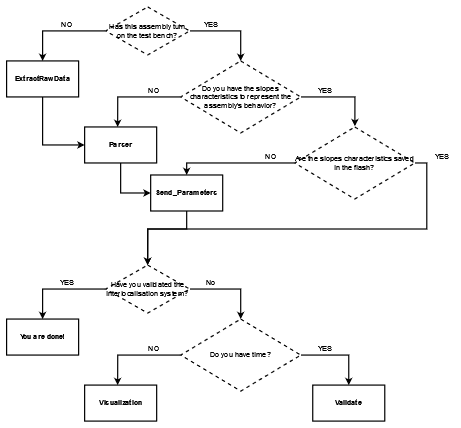
Above: img/calibration_flow.png in SwarmUS/TestBench-Python (draw.io), before the change. Source tidied: cells renumbered, new cells last; positions are measured from the earlier drawing's top-left corner, leaving out a move shared by most shapes. The source it was exported from:
```xml
<mxGraphModel>
  <root>
    <mxCell id="0" />
    <mxCell id="1" parent="0" />
    <mxCell id="2" style="edgeStyle=orthogonalEdgeStyle;rounded=0;jettySize=auto;html=1;entryX=0.5;entryY=0;entryDx=0;entryDy=0;strokeWidth=2;" parent="1" edge="1" source="4" target="6">
      <mxGeometry relative="1" as="geometry" />
    </mxCell>
    <mxCell id="3" style="edgeStyle=orthogonalEdgeStyle;rounded=0;jettySize=auto;html=1;exitX=1;exitY=0.5;exitDx=0;exitDy=0;strokeWidth=2;" parent="1" edge="1" source="4">
      <mxGeometry relative="1" as="geometry">
        <mxPoint x="390" y="90" as="targetPoint" />
      </mxGeometry>
    </mxCell>
    <mxCell id="4" value="Has this assembly turn on the test bench?" style="rhombus;whiteSpace=wrap;html=1;dashed=1;strokeWidth=2;" parent="1" vertex="1">
      <mxGeometry x="165" width="140" height="80" as="geometry" />
    </mxCell>
    <mxCell id="5" style="edgeStyle=orthogonalEdgeStyle;rounded=0;jettySize=auto;html=1;exitX=0.5;exitY=1;exitDx=0;exitDy=0;entryX=0;entryY=0.5;entryDx=0;entryDy=0;strokeWidth=2;" parent="1" edge="1" source="6" target="15">
      <mxGeometry relative="1" as="geometry" />
    </mxCell>
    <mxCell id="6" value="ExtractRawData" style="rounded=0;whiteSpace=wrap;html=1;strokeWidth=2;fontStyle=1;" parent="1" vertex="1">
      <mxGeometry y="90" width="120" height="60" as="geometry" />
    </mxCell>
    <mxCell id="7" value="NO" style="text;html=1;align=center;verticalAlign=middle;strokeColor=none;fillColor=none;" parent="1" vertex="1">
      <mxGeometry x="85" y="20" width="30" height="20" as="geometry" />
    </mxCell>
    <mxCell id="8" value="YES" style="text;html=1;align=center;verticalAlign=middle;strokeColor=none;fillColor=none;" parent="1" vertex="1">
      <mxGeometry x="320" y="20" width="40" height="20" as="geometry" />
    </mxCell>
    <mxCell id="9" style="edgeStyle=orthogonalEdgeStyle;rounded=0;jettySize=auto;html=1;exitX=1;exitY=0.5;exitDx=0;exitDy=0;entryX=0.501;entryY=-0.011;entryDx=0;entryDy=0;entryPerimeter=0;strokeWidth=2;" parent="1" edge="1" source="10" target="18">
      <mxGeometry relative="1" as="geometry" />
    </mxCell>
    <mxCell id="10" value="Do you have the slopes characteristics to represent the assembly's behavior?" style="rhombus;whiteSpace=wrap;html=1;dashed=1;strokeWidth=2;" parent="1" vertex="1">
      <mxGeometry x="290" y="90" width="200" height="120" as="geometry" />
    </mxCell>
    <mxCell id="11" style="edgeStyle=orthogonalEdgeStyle;rounded=0;orthogonalLoop=1;jettySize=auto;html=1;entryX=0.5;entryY=0;entryDx=0;entryDy=0;strokeWidth=2;" parent="1" edge="1">
      <mxGeometry relative="1" as="geometry">
        <mxPoint x="290" y="150" as="sourcePoint" />
        <mxPoint x="185" y="200" as="targetPoint" />
      </mxGeometry>
    </mxCell>
    <mxCell id="12" value="NO" style="text;html=1;align=center;verticalAlign=middle;strokeColor=none;fillColor=none;" parent="1" vertex="1">
      <mxGeometry x="230" y="130" width="30" height="20" as="geometry" />
    </mxCell>
    <mxCell id="13" value="YES" style="text;html=1;align=center;verticalAlign=middle;strokeColor=none;fillColor=none;" parent="1" vertex="1">
      <mxGeometry x="510" y="130" width="40" height="20" as="geometry" />
    </mxCell>
    <mxCell id="14" style="edgeStyle=orthogonalEdgeStyle;rounded=0;jettySize=auto;html=1;exitX=0.5;exitY=1;exitDx=0;exitDy=0;entryX=0;entryY=0.5;entryDx=0;entryDy=0;strokeWidth=2;" parent="1" edge="1" source="15" target="22">
      <mxGeometry relative="1" as="geometry" />
    </mxCell>
    <mxCell id="15" value="Parser" style="rounded=0;whiteSpace=wrap;html=1;strokeWidth=2;fontStyle=1;" parent="1" vertex="1">
      <mxGeometry x="130" y="200" width="120" height="60" as="geometry" />
    </mxCell>
    <mxCell id="16" style="edgeStyle=orthogonalEdgeStyle;rounded=0;jettySize=auto;html=1;exitX=1;exitY=0.5;exitDx=0;exitDy=0;strokeWidth=2;entryX=0.5;entryY=0;entryDx=0;entryDy=0;" parent="1" edge="1" source="18" target="25">
      <mxGeometry relative="1" as="geometry">
        <Array as="points">
          <mxPoint x="700" y="260" />
          <mxPoint x="700" y="370" />
          <mxPoint x="235" y="370" />
        </Array>
      </mxGeometry>
    </mxCell>
    <mxCell id="17" style="edgeStyle=orthogonalEdgeStyle;rounded=0;jettySize=auto;html=1;exitX=0;exitY=0.5;exitDx=0;exitDy=0;entryX=0.5;entryY=0;entryDx=0;entryDy=0;strokeWidth=2;" parent="1" edge="1" source="18" target="22">
      <mxGeometry relative="1" as="geometry" />
    </mxCell>
    <mxCell id="18" value="Are the slopes characteristics saved in the flash?" style="rhombus;whiteSpace=wrap;html=1;dashed=1;strokeWidth=2;" parent="1" vertex="1">
      <mxGeometry x="480" y="200" width="200" height="120" as="geometry" />
    </mxCell>
    <mxCell id="19" value="NO" style="text;html=1;align=center;verticalAlign=middle;strokeColor=none;fillColor=none;" parent="1" vertex="1">
      <mxGeometry x="425" y="240" width="30" height="20" as="geometry" />
    </mxCell>
    <mxCell id="20" value="YES" style="text;html=1;align=center;verticalAlign=middle;strokeColor=none;fillColor=none;" parent="1" vertex="1">
      <mxGeometry x="705" y="240" width="40" height="20" as="geometry" />
    </mxCell>
    <mxCell id="21" style="edgeStyle=orthogonalEdgeStyle;rounded=0;jettySize=auto;html=1;exitX=0.5;exitY=1;exitDx=0;exitDy=0;strokeWidth=2;entryX=0.5;entryY=0;entryDx=0;entryDy=0;" parent="1" edge="1" source="22" target="25">
      <mxGeometry relative="1" as="geometry">
        <Array as="points">
          <mxPoint x="300" y="370" />
          <mxPoint x="235" y="370" />
        </Array>
      </mxGeometry>
    </mxCell>
    <mxCell id="22" value="Send_Parameters" style="rounded=0;whiteSpace=wrap;html=1;strokeWidth=2;fontStyle=1;" parent="1" vertex="1">
      <mxGeometry x="240" y="280" width="120" height="60" as="geometry" />
    </mxCell>
    <mxCell id="23" style="edgeStyle=orthogonalEdgeStyle;rounded=0;jettySize=auto;html=1;entryX=0.5;entryY=0;entryDx=0;entryDy=0;strokeWidth=2;" parent="1" edge="1" source="25" target="26">
      <mxGeometry relative="1" as="geometry" />
    </mxCell>
    <mxCell id="24" style="edgeStyle=orthogonalEdgeStyle;rounded=0;jettySize=auto;html=1;exitX=1;exitY=0.5;exitDx=0;exitDy=0;strokeWidth=2;" parent="1" edge="1" source="25">
      <mxGeometry relative="1" as="geometry">
        <mxPoint x="390" y="520" as="targetPoint" />
      </mxGeometry>
    </mxCell>
    <mxCell id="25" value="Have you validated the interlocalisation system?" style="rhombus;whiteSpace=wrap;html=1;dashed=1;strokeWidth=2;" parent="1" vertex="1">
      <mxGeometry x="165" y="430" width="140" height="80" as="geometry" />
    </mxCell>
    <mxCell id="26" value="You are done!" style="rounded=0;whiteSpace=wrap;html=1;strokeWidth=2;fontStyle=1;" parent="1" vertex="1">
      <mxGeometry y="520" width="120" height="60" as="geometry" />
    </mxCell>
    <mxCell id="27" value="YES" style="text;html=1;align=center;verticalAlign=middle;strokeColor=none;fillColor=none;" parent="1" vertex="1">
      <mxGeometry x="80" y="450" width="40" height="20" as="geometry" />
    </mxCell>
    <mxCell id="28" value="No" style="text;html=1;align=center;verticalAlign=middle;strokeColor=none;fillColor=none;" parent="1" vertex="1">
      <mxGeometry x="325" y="450" width="30" height="20" as="geometry" />
    </mxCell>
    <mxCell id="29" style="edgeStyle=orthogonalEdgeStyle;rounded=0;jettySize=auto;html=1;exitX=1;exitY=0.5;exitDx=0;exitDy=0;entryX=0.5;entryY=0;entryDx=0;entryDy=0;strokeWidth=2;" parent="1" edge="1" source="30" target="35">
      <mxGeometry relative="1" as="geometry" />
    </mxCell>
    <mxCell id="30" value="Do you have time?" style="rhombus;whiteSpace=wrap;html=1;dashed=1;strokeWidth=2;" parent="1" vertex="1">
      <mxGeometry x="290" y="520" width="200" height="120" as="geometry" />
    </mxCell>
    <mxCell id="31" style="edgeStyle=orthogonalEdgeStyle;rounded=0;orthogonalLoop=1;jettySize=auto;html=1;entryX=0.5;entryY=0;entryDx=0;entryDy=0;strokeWidth=2;" parent="1" edge="1">
      <mxGeometry relative="1" as="geometry">
        <mxPoint x="290" y="580" as="sourcePoint" />
        <mxPoint x="185" y="630" as="targetPoint" />
      </mxGeometry>
    </mxCell>
    <mxCell id="32" value="NO" style="text;html=1;align=center;verticalAlign=middle;strokeColor=none;fillColor=none;" parent="1" vertex="1">
      <mxGeometry x="230" y="560" width="30" height="20" as="geometry" />
    </mxCell>
    <mxCell id="33" value="YES" style="text;html=1;align=center;verticalAlign=middle;strokeColor=none;fillColor=none;" parent="1" vertex="1">
      <mxGeometry x="510" y="560" width="40" height="20" as="geometry" />
    </mxCell>
    <mxCell id="34" value="Visualization" style="rounded=0;whiteSpace=wrap;html=1;strokeWidth=2;fontStyle=1;" parent="1" vertex="1">
      <mxGeometry x="130" y="630" width="120" height="60" as="geometry" />
    </mxCell>
    <mxCell id="35" value="Validate" style="rounded=0;whiteSpace=wrap;html=1;strokeWidth=2;fontStyle=1;" parent="1" vertex="1">
      <mxGeometry x="510" y="630" width="120" height="60" as="geometry" />
    </mxCell>
  </root>
</mxGraphModel>
```
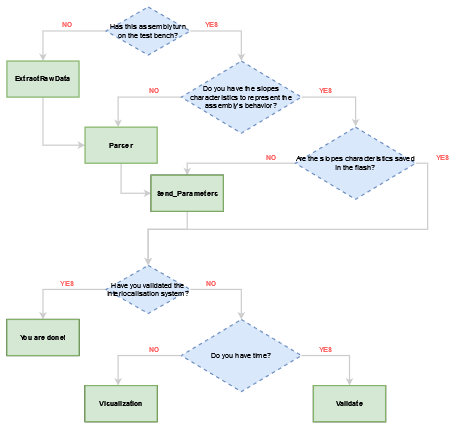
The same file after the commit.

Diff of the diagram source:
```diff
@@ -2,54 +2,54 @@
   <root>
     <mxCell id="0" />
     <mxCell id="1" parent="0" />
-    <mxCell id="2" style="edgeStyle=orthogonalEdgeStyle;rounded=0;jettySize=auto;html=1;entryX=0.5;entryY=0;entryDx=0;entryDy=0;strokeWidth=2;" parent="1" edge="1" source="4" target="6">
+    <mxCell id="2" style="edgeStyle=orthogonalEdgeStyle;rounded=0;jettySize=auto;html=1;entryX=0.5;entryY=0;entryDx=0;entryDy=0;strokeWidth=2;strokeColor=#CCCCCC;" parent="1" edge="1" source="4" target="6">
       <mxGeometry relative="1" as="geometry" />
     </mxCell>
-    <mxCell id="3" style="edgeStyle=orthogonalEdgeStyle;rounded=0;jettySize=auto;html=1;exitX=1;exitY=0.5;exitDx=0;exitDy=0;strokeWidth=2;" parent="1" edge="1" source="4">
+    <mxCell id="3" style="edgeStyle=orthogonalEdgeStyle;rounded=0;jettySize=auto;html=1;exitX=1;exitY=0.5;exitDx=0;exitDy=0;strokeWidth=2;strokeColor=#CCCCCC;" parent="1" edge="1" source="4">
       <mxGeometry relative="1" as="geometry">
         <mxPoint x="390" y="90" as="targetPoint" />
       </mxGeometry>
     </mxCell>
-    <mxCell id="4" value="Has this assembly turn on the test bench?" style="rhombus;whiteSpace=wrap;html=1;dashed=1;strokeWidth=2;" parent="1" vertex="1">
+    <mxCell id="4" value="Has this assembly turn on the test bench?" style="rhombus;whiteSpace=wrap;html=1;dashed=1;strokeWidth=2;fillColor=#dae8fc;strokeColor=#6c8ebf;" parent="1" vertex="1">
       <mxGeometry x="165" width="140" height="80" as="geometry" />
     </mxCell>
-    <mxCell id="5" style="edgeStyle=orthogonalEdgeStyle;rounded=0;jettySize=auto;html=1;exitX=0.5;exitY=1;exitDx=0;exitDy=0;entryX=0;entryY=0.5;entryDx=0;entryDy=0;strokeWidth=2;" parent="1" edge="1" source="6" target="15">
+    <mxCell id="5" style="edgeStyle=orthogonalEdgeStyle;rounded=0;jettySize=auto;html=1;exitX=0.5;exitY=1;exitDx=0;exitDy=0;entryX=0;entryY=0.5;entryDx=0;entryDy=0;strokeWidth=2;strokeColor=#CCCCCC;" parent="1" edge="1" source="6" target="15">
       <mxGeometry relative="1" as="geometry" />
     </mxCell>
-    <mxCell id="6" value="ExtractRawData" style="rounded=0;whiteSpace=wrap;html=1;strokeWidth=2;fontStyle=1;" parent="1" vertex="1">
+    <mxCell id="6" value="ExtractRawData" style="rounded=0;whiteSpace=wrap;html=1;strokeWidth=2;fontStyle=1;fillColor=#d5e8d4;strokeColor=#82b366;" parent="1" vertex="1">
       <mxGeometry y="90" width="120" height="60" as="geometry" />
     </mxCell>
-    <mxCell id="7" value="NO" style="text;html=1;align=center;verticalAlign=middle;strokeColor=none;fillColor=none;" parent="1" vertex="1">
+    <mxCell id="7" value="NO" style="text;html=1;align=center;verticalAlign=middle;strokeColor=none;fillColor=none;fontColor=#FF6666;fontStyle=1;" parent="1" vertex="1">
       <mxGeometry x="85" y="20" width="30" height="20" as="geometry" />
     </mxCell>
-    <mxCell id="8" value="YES" style="text;html=1;align=center;verticalAlign=middle;strokeColor=none;fillColor=none;" parent="1" vertex="1">
+    <mxCell id="8" value="YES" style="text;html=1;align=center;verticalAlign=middle;strokeColor=none;fillColor=none;fontColor=#FF6666;fontStyle=1;" parent="1" vertex="1">
       <mxGeometry x="320" y="20" width="40" height="20" as="geometry" />
     </mxCell>
-    <mxCell id="9" style="edgeStyle=orthogonalEdgeStyle;rounded=0;jettySize=auto;html=1;exitX=1;exitY=0.5;exitDx=0;exitDy=0;entryX=0.501;entryY=-0.011;entryDx=0;entryDy=0;entryPerimeter=0;strokeWidth=2;" parent="1" edge="1" source="10" target="18">
+    <mxCell id="9" style="edgeStyle=orthogonalEdgeStyle;rounded=0;jettySize=auto;html=1;exitX=1;exitY=0.5;exitDx=0;exitDy=0;entryX=0.501;entryY=-0.011;entryDx=0;entryDy=0;entryPerimeter=0;strokeWidth=2;strokeColor=#CCCCCC;" parent="1" edge="1" source="10" target="18">
       <mxGeometry relative="1" as="geometry" />
     </mxCell>
-    <mxCell id="10" value="Do you have the slopes characteristics to represent the assembly's behavior?" style="rhombus;whiteSpace=wrap;html=1;dashed=1;strokeWidth=2;" parent="1" vertex="1">
+    <mxCell id="10" value="Do you have the slopes characteristics to represent the assembly's behavior?" style="rhombus;whiteSpace=wrap;html=1;dashed=1;strokeWidth=2;fillColor=#dae8fc;strokeColor=#6c8ebf;" parent="1" vertex="1">
       <mxGeometry x="290" y="90" width="200" height="120" as="geometry" />
     </mxCell>
-    <mxCell id="11" style="edgeStyle=orthogonalEdgeStyle;rounded=0;orthogonalLoop=1;jettySize=auto;html=1;entryX=0.5;entryY=0;entryDx=0;entryDy=0;strokeWidth=2;" parent="1" edge="1">
+    <mxCell id="11" style="edgeStyle=orthogonalEdgeStyle;rounded=0;orthogonalLoop=1;jettySize=auto;html=1;entryX=0.5;entryY=0;entryDx=0;entryDy=0;strokeWidth=2;strokeColor=#CCCCCC;" parent="1" edge="1">
       <mxGeometry relative="1" as="geometry">
         <mxPoint x="290" y="150" as="sourcePoint" />
         <mxPoint x="185" y="200" as="targetPoint" />
       </mxGeometry>
     </mxCell>
-    <mxCell id="12" value="NO" style="text;html=1;align=center;verticalAlign=middle;strokeColor=none;fillColor=none;" parent="1" vertex="1">
+    <mxCell id="12" value="NO" style="text;html=1;align=center;verticalAlign=middle;strokeColor=none;fillColor=none;fontColor=#FF6666;fontStyle=1;" parent="1" vertex="1">
       <mxGeometry x="230" y="130" width="30" height="20" as="geometry" />
     </mxCell>
-    <mxCell id="13" value="YES" style="text;html=1;align=center;verticalAlign=middle;strokeColor=none;fillColor=none;" parent="1" vertex="1">
+    <mxCell id="13" value="YES" style="text;html=1;align=center;verticalAlign=middle;strokeColor=none;fillColor=none;fontColor=#FF6666;fontStyle=1;" parent="1" vertex="1">
       <mxGeometry x="510" y="130" width="40" height="20" as="geometry" />
     </mxCell>
-    <mxCell id="14" style="edgeStyle=orthogonalEdgeStyle;rounded=0;jettySize=auto;html=1;exitX=0.5;exitY=1;exitDx=0;exitDy=0;entryX=0;entryY=0.5;entryDx=0;entryDy=0;strokeWidth=2;" parent="1" edge="1" source="15" target="22">
+    <mxCell id="14" style="edgeStyle=orthogonalEdgeStyle;rounded=0;jettySize=auto;html=1;exitX=0.5;exitY=1;exitDx=0;exitDy=0;entryX=0;entryY=0.5;entryDx=0;entryDy=0;strokeWidth=2;strokeColor=#CCCCCC;" parent="1" edge="1" source="15" target="22">
       <mxGeometry relative="1" as="geometry" />
     </mxCell>
-    <mxCell id="15" value="Parser" style="rounded=0;whiteSpace=wrap;html=1;strokeWidth=2;fontStyle=1;" parent="1" vertex="1">
+    <mxCell id="15" value="Parser" style="rounded=0;whiteSpace=wrap;html=1;strokeWidth=2;fontStyle=1;fillColor=#d5e8d4;strokeColor=#82b366;" parent="1" vertex="1">
       <mxGeometry x="130" y="200" width="120" height="60" as="geometry" />
     </mxCell>
-    <mxCell id="16" style="edgeStyle=orthogonalEdgeStyle;rounded=0;jettySize=auto;html=1;exitX=1;exitY=0.5;exitDx=0;exitDy=0;strokeWidth=2;entryX=0.5;entryY=0;entryDx=0;entryDy=0;" parent="1" edge="1" source="18" target="25">
+    <mxCell id="16" style="edgeStyle=orthogonalEdgeStyle;rounded=0;jettySize=auto;html=1;exitX=1;exitY=0.5;exitDx=0;exitDy=0;strokeWidth=2;entryX=0.5;entryY=0;entryDx=0;entryDy=0;strokeColor=#CCCCCC;" parent="1" edge="1" source="18" target="25">
       <mxGeometry relative="1" as="geometry">
         <Array as="points">
           <mxPoint x="700" y="260" />
@@ -58,19 +58,19 @@
         </Array>
       </mxGeometry>
     </mxCell>
-    <mxCell id="17" style="edgeStyle=orthogonalEdgeStyle;rounded=0;jettySize=auto;html=1;exitX=0;exitY=0.5;exitDx=0;exitDy=0;entryX=0.5;entryY=0;entryDx=0;entryDy=0;strokeWidth=2;" parent="1" edge="1" source="18" target="22">
+    <mxCell id="17" style="edgeStyle=orthogonalEdgeStyle;rounded=0;jettySize=auto;html=1;exitX=0;exitY=0.5;exitDx=0;exitDy=0;entryX=0.5;entryY=0;entryDx=0;entryDy=0;strokeWidth=2;strokeColor=#CCCCCC;" parent="1" edge="1" source="18" target="22">
       <mxGeometry relative="1" as="geometry" />
     </mxCell>
-    <mxCell id="18" value="Are the slopes characteristics saved in the flash?" style="rhombus;whiteSpace=wrap;html=1;dashed=1;strokeWidth=2;" parent="1" vertex="1">
+    <mxCell id="18" value="Are the slopes characteristics saved in the flash?" style="rhombus;whiteSpace=wrap;html=1;dashed=1;strokeWidth=2;fillColor=#dae8fc;strokeColor=#6c8ebf;" parent="1" vertex="1">
       <mxGeometry x="480" y="200" width="200" height="120" as="geometry" />
     </mxCell>
-    <mxCell id="19" value="NO" style="text;html=1;align=center;verticalAlign=middle;strokeColor=none;fillColor=none;" parent="1" vertex="1">
+    <mxCell id="19" value="NO" style="text;html=1;align=center;verticalAlign=middle;strokeColor=none;fillColor=none;fontColor=#FF6666;fontStyle=1;" parent="1" vertex="1">
       <mxGeometry x="425" y="240" width="30" height="20" as="geometry" />
     </mxCell>
-    <mxCell id="20" value="YES" style="text;html=1;align=center;verticalAlign=middle;strokeColor=none;fillColor=none;" parent="1" vertex="1">
+    <mxCell id="20" value="YES" style="text;html=1;align=center;verticalAlign=middle;strokeColor=none;fillColor=none;fontColor=#FF6666;fontStyle=1;" parent="1" vertex="1">
       <mxGeometry x="705" y="240" width="40" height="20" as="geometry" />
     </mxCell>
-    <mxCell id="21" style="edgeStyle=orthogonalEdgeStyle;rounded=0;jettySize=auto;html=1;exitX=0.5;exitY=1;exitDx=0;exitDy=0;strokeWidth=2;entryX=0.5;entryY=0;entryDx=0;entryDy=0;" parent="1" edge="1" source="22" target="25">
+    <mxCell id="21" style="edgeStyle=orthogonalEdgeStyle;rounded=0;jettySize=auto;html=1;exitX=0.5;exitY=1;exitDx=0;exitDy=0;strokeWidth=2;entryX=0.5;entryY=0;entryDx=0;entryDy=0;strokeColor=#CCCCCC;" parent="1" edge="1" source="22" target="25">
       <mxGeometry relative="1" as="geometry">
         <Array as="points">
           <mxPoint x="300" y="370" />
@@ -81,42 +81,42 @@
     <mxCell id="22" value="Send_Parameters" style="rounded=0;whiteSpace=wrap;html=1;strokeWidth=2;fontStyle=1;" parent="1" vertex="1">
       <mxGeometry x="240" y="280" width="120" height="60" as="geometry" />
     </mxCell>
-    <mxCell id="23" style="edgeStyle=orthogonalEdgeStyle;rounded=0;jettySize=auto;html=1;entryX=0.5;entryY=0;entryDx=0;entryDy=0;strokeWidth=2;" parent="1" edge="1" source="25" target="26">
+    <mxCell id="23" style="edgeStyle=orthogonalEdgeStyle;rounded=0;jettySize=auto;html=1;entryX=0.5;entryY=0;entryDx=0;entryDy=0;strokeWidth=2;strokeColor=#CCCCCC;" parent="1" edge="1" source="25" target="26">
       <mxGeometry relative="1" as="geometry" />
     </mxCell>
-    <mxCell id="24" style="edgeStyle=orthogonalEdgeStyle;rounded=0;jettySize=auto;html=1;exitX=1;exitY=0.5;exitDx=0;exitDy=0;strokeWidth=2;" parent="1" edge="1" source="25">
+    <mxCell id="24" style="edgeStyle=orthogonalEdgeStyle;rounded=0;jettySize=auto;html=1;exitX=1;exitY=0.5;exitDx=0;exitDy=0;strokeWidth=2;strokeColor=#CCCCCC;" parent="1" edge="1" source="25">
       <mxGeometry relative="1" as="geometry">
         <mxPoint x="390" y="520" as="targetPoint" />
       </mxGeometry>
     </mxCell>
-    <mxCell id="25" value="Have you validated the interlocalisation system?" style="rhombus;whiteSpace=wrap;html=1;dashed=1;strokeWidth=2;" parent="1" vertex="1">
+    <mxCell id="25" value="Have you validated the interlocalisation system?" style="rhombus;whiteSpace=wrap;html=1;dashed=1;strokeWidth=2;fillColor=#dae8fc;strokeColor=#6c8ebf;" parent="1" vertex="1">
       <mxGeometry x="165" y="430" width="140" height="80" as="geometry" />
     </mxCell>
     <mxCell id="26" value="You are done!" style="rounded=0;whiteSpace=wrap;html=1;strokeWidth=2;fontStyle=1;" parent="1" vertex="1">
       <mxGeometry y="520" width="120" height="60" as="geometry" />
     </mxCell>
-    <mxCell id="27" value="YES" style="text;html=1;align=center;verticalAlign=middle;strokeColor=none;fillColor=none;" parent="1" vertex="1">
+    <mxCell id="27" value="YES" style="text;html=1;align=center;verticalAlign=middle;strokeColor=none;fillColor=none;fontColor=#FF6666;fontStyle=1;" parent="1" vertex="1">
       <mxGeometry x="80" y="450" width="40" height="20" as="geometry" />
     </mxCell>
-    <mxCell id="28" value="No" style="text;html=1;align=center;verticalAlign=middle;strokeColor=none;fillColor=none;" parent="1" vertex="1">
+    <mxCell id="28" value="NO" style="text;html=1;align=center;verticalAlign=middle;strokeColor=none;fillColor=none;fontColor=#FF6666;fontStyle=1;" parent="1" vertex="1">
       <mxGeometry x="325" y="450" width="30" height="20" as="geometry" />
     </mxCell>
-    <mxCell id="29" style="edgeStyle=orthogonalEdgeStyle;rounded=0;jettySize=auto;html=1;exitX=1;exitY=0.5;exitDx=0;exitDy=0;entryX=0.5;entryY=0;entryDx=0;entryDy=0;strokeWidth=2;" parent="1" edge="1" source="30" target="35">
+    <mxCell id="29" style="edgeStyle=orthogonalEdgeStyle;rounded=0;jettySize=auto;html=1;exitX=1;exitY=0.5;exitDx=0;exitDy=0;entryX=0.5;entryY=0;entryDx=0;entryDy=0;strokeWidth=2;strokeColor=#CCCCCC;" parent="1" edge="1" source="30" target="35">
       <mxGeometry relative="1" as="geometry" />
     </mxCell>
-    <mxCell id="30" value="Do you have time?" style="rhombus;whiteSpace=wrap;html=1;dashed=1;strokeWidth=2;" parent="1" vertex="1">
+    <mxCell id="30" value="Do you have time?" style="rhombus;whiteSpace=wrap;html=1;dashed=1;strokeWidth=2;fillColor=#dae8fc;strokeColor=#6c8ebf;" parent="1" vertex="1">
       <mxGeometry x="290" y="520" width="200" height="120" as="geometry" />
     </mxCell>
-    <mxCell id="31" style="edgeStyle=orthogonalEdgeStyle;rounded=0;orthogonalLoop=1;jettySize=auto;html=1;entryX=0.5;entryY=0;entryDx=0;entryDy=0;strokeWidth=2;" parent="1" edge="1">
+    <mxCell id="31" style="edgeStyle=orthogonalEdgeStyle;rounded=0;orthogonalLoop=1;jettySize=auto;html=1;entryX=0.5;entryY=0;entryDx=0;entryDy=0;strokeWidth=2;strokeColor=#CCCCCC;" parent="1" edge="1">
       <mxGeometry relative="1" as="geometry">
         <mxPoint x="290" y="580" as="sourcePoint" />
         <mxPoint x="185" y="630" as="targetPoint" />
       </mxGeometry>
     </mxCell>
-    <mxCell id="32" value="NO" style="text;html=1;align=center;verticalAlign=middle;strokeColor=none;fillColor=none;" parent="1" vertex="1">
+    <mxCell id="32" value="NO" style="text;html=1;align=center;verticalAlign=middle;strokeColor=none;fillColor=none;fontColor=#FF6666;fontStyle=1;" parent="1" vertex="1">
       <mxGeometry x="230" y="560" width="30" height="20" as="geometry" />
     </mxCell>
-    <mxCell id="33" value="YES" style="text;html=1;align=center;verticalAlign=middle;strokeColor=none;fillColor=none;" parent="1" vertex="1">
+    <mxCell id="33" value="YES" style="text;html=1;align=center;verticalAlign=middle;strokeColor=none;fillColor=none;fontColor=#FF6666;fontStyle=1;" parent="1" vertex="1">
       <mxGeometry x="510" y="560" width="40" height="20" as="geometry" />
     </mxCell>
     <mxCell id="34" value="Visualization" style="rounded=0;whiteSpace=wrap;html=1;strokeWidth=2;fontStyle=1;" parent="1" vertex="1">
@@ -125,5 +125,17 @@
     <mxCell id="35" value="Validate" style="rounded=0;whiteSpace=wrap;html=1;strokeWidth=2;fontStyle=1;" parent="1" vertex="1">
       <mxGeometry x="510" y="630" width="120" height="60" as="geometry" />
     </mxCell>
+    <mxCell id="36" value="Validate" style="rounded=0;whiteSpace=wrap;html=1;strokeWidth=2;fontStyle=1;fillColor=#d5e8d4;strokeColor=#82b366;" parent="1" vertex="1">
+      <mxGeometry x="510" y="630" width="120" height="60" as="geometry" />
+    </mxCell>
+    <mxCell id="37" value="Visualization" style="rounded=0;whiteSpace=wrap;html=1;strokeWidth=2;fontStyle=1;fillColor=#d5e8d4;strokeColor=#82b366;" parent="1" vertex="1">
+      <mxGeometry x="130" y="630" width="120" height="60" as="geometry" />
+    </mxCell>
+    <mxCell id="38" value="You are done!" style="rounded=0;whiteSpace=wrap;html=1;strokeWidth=2;fontStyle=1;fillColor=#d5e8d4;strokeColor=#82b366;" parent="1" vertex="1">
+      <mxGeometry y="520" width="120" height="60" as="geometry" />
+    </mxCell>
+    <mxCell id="39" value="Send_Parameters" style="rounded=0;whiteSpace=wrap;html=1;strokeWidth=2;fontStyle=1;fillColor=#d5e8d4;strokeColor=#82b366;" parent="1" vertex="1">
+      <mxGeometry x="240" y="280" width="120" height="60" as="geometry" />
+    </mxCell>
   </root>
 </mxGraphModel>
```
